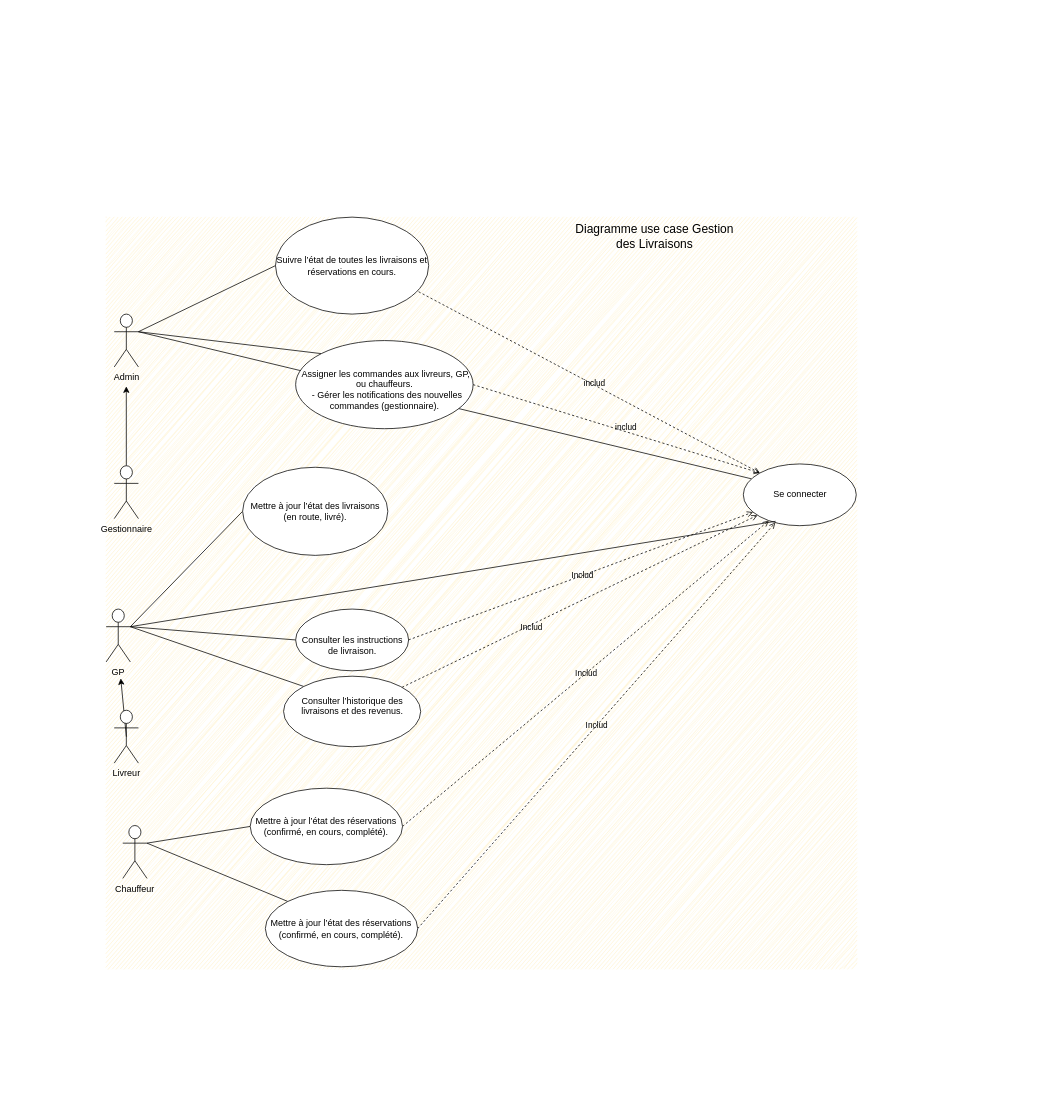
This is page "Diagramme use case Gestion des Livraisons" (4 of 6) of Diagramme sans nom.drawio from BounAbdallah/tuto, a draw.io file, before an edit. Source tidied: cells renumbered, new cells numbered last; positions are measured from the earlier drawing's top-left corner, leaving out a move shared by most shapes. Both pictures are drawn from the tidied source at 75%, with x=0, y=0 at pixel (106, 217).
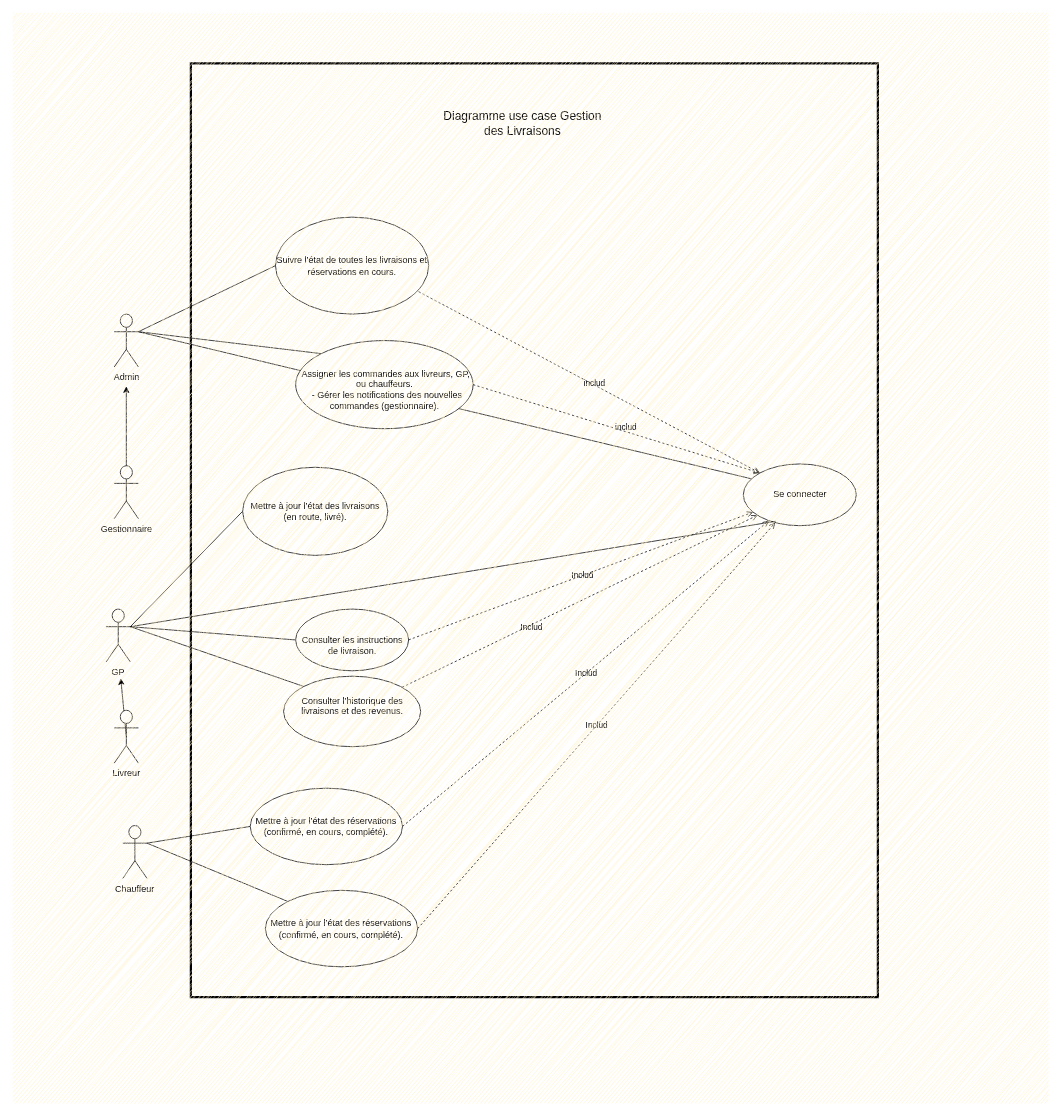
After the change.

Commit message (it also covers changes not shown here):
Mettre à jour Diagramme sans nom.drawio

What changed in the source:
```diff
@@
-    <mxCell id="2" style="group;fillColor=#fff2cc;strokeColor=none;flipV=0;flipH=0;verticalAlign=middle;textDirection=ltr;fontFamily=Verdana;spacingTop=10;spacingLeft=10;spacingBottom=10;spacingRight=10;textShadow=0;glass=0;shadow=0;rounded=0;sketch=1;curveFitting=1;jiggle=2;" parent="1" vertex="1">
-      <mxGeometry width="1000" height="1000" as="geometry" />
-    </mxCell>
+    <mxCell id="40" style="group;" parent="1" vertex="1">
+      <mxGeometry x="-124" y="-272" width="1380" height="1453" as="geometry" />
+    </mxCell>
-    <mxCell id="3" value="Suivre l’état de toutes les livraisons et réservations en cours." style="ellipse;whiteSpace=wrap;html=1;" parent="2" vertex="1">
-      <mxGeometry x="225.8" width="204.3" height="129.3" as="geometry" />
+    <mxCell id="3" value="Suivre l’état de toutes les livraisons et réservations en cours." style="ellipse;whiteSpace=wrap;html=1;" parent="40" vertex="1">
+      <mxGeometry x="349.8" y="272" width="204.3" height="129.3" as="geometry" />
     </mxCell>
-    <mxCell id="4" style="rounded=0;jettySize=auto;html=1;exitX=0;exitY=0;exitDx=0;exitDy=0;entryX=0.934;entryY=0.769;entryDx=0;entryDy=0;endArrow=none;endFill=0;dashed=1;entryPerimeter=0;startArrow=open;startFill=0;" parent="2" edge="1" source="7" target="3">
+    <mxCell id="4" style="rounded=0;jettySize=auto;html=1;exitX=0;exitY=0;exitDx=0;exitDy=0;entryX=0.934;entryY=0.769;entryDx=0;entryDy=0;endArrow=none;endFill=0;dashed=1;entryPerimeter=0;startArrow=open;startFill=0;" parent="40" edge="1" source="7" target="3">
       <mxGeometry relative="1" as="geometry" />
     </mxCell>
@@
-    <mxCell id="6" style="rounded=0;jettySize=auto;html=1;exitX=0.072;exitY=0.241;exitDx=0;exitDy=0;endArrow=none;endFill=0;exitPerimeter=0;" parent="2" edge="1" source="7">
+    <mxCell id="6" style="rounded=0;jettySize=auto;html=1;exitX=0.072;exitY=0.241;exitDx=0;exitDy=0;endArrow=none;endFill=0;exitPerimeter=0;" parent="40" edge="1" source="7">
       <mxGeometry relative="1" as="geometry">
-        <mxPoint x="43" y="152.8" as="targetPoint" />
+        <mxPoint x="167" y="424.8" as="targetPoint" />
       </mxGeometry>
     </mxCell>
-    <mxCell id="7" value="Se connecter" style="ellipse;whiteSpace=wrap;html=1;" parent="2" vertex="1">
-      <mxGeometry x="849.6" y="329.1" width="150.6" height="82.3" as="geometry" />
+    <mxCell id="7" value="Se connecter" style="ellipse;whiteSpace=wrap;html=1;" parent="40" vertex="1">
+      <mxGeometry x="973.6" y="601.1" width="150.6" height="82.3" as="geometry" />
     </mxCell>
-    <mxCell id="8" style="rounded=0;jettySize=auto;html=1;exitX=0;exitY=0;exitDx=0;exitDy=0;endArrow=none;endFill=0;" parent="2" edge="1" source="11">
+    <mxCell id="8" style="rounded=0;jettySize=auto;html=1;exitX=0;exitY=0;exitDx=0;exitDy=0;endArrow=none;endFill=0;" parent="40" edge="1" source="11">
       <mxGeometry relative="1" as="geometry">
-        <mxPoint x="43" y="152.8" as="targetPoint" />
+        <mxPoint x="167" y="424.8" as="targetPoint" />
       </mxGeometry>
     </mxCell>
-    <mxCell id="9" style="rounded=0;jettySize=auto;html=1;exitX=1;exitY=0.5;exitDx=0;exitDy=0;entryX=0;entryY=0;entryDx=0;entryDy=0;startArrow=none;startFill=0;dashed=1;endArrow=open;endFill=0;" parent="2" edge="1" source="11" target="7">
+    <mxCell id="9" style="rounded=0;jettySize=auto;html=1;exitX=1;exitY=0.5;exitDx=0;exitDy=0;entryX=0;entryY=0;entryDx=0;entryDy=0;startArrow=none;startFill=0;dashed=1;endArrow=open;endFill=0;" parent="40" edge="1" source="11" target="7">
       <mxGeometry relative="1" as="geometry" />
     </mxCell>
@@
-    <mxCell id="11" value="&lt;div&gt;&lt;br&gt;&lt;/div&gt;&lt;div&gt;&lt;br&gt;&lt;/div&gt;&lt;div&gt;&lt;div&gt;&amp;nbsp;Assigner les commandes aux livreurs, GP, ou chauffeurs.&lt;/div&gt;&lt;div&gt;&amp;nbsp; - Gérer les notifications des nouvelles commandes (gestionnaire).&lt;/div&gt;&lt;/div&gt;&lt;div&gt;&lt;br&gt;&lt;/div&gt;" style="ellipse;whiteSpace=wrap;html=1;" parent="2" vertex="1">
-      <mxGeometry x="252.7" y="164.6" width="236.6" height="117.5" as="geometry" />
+    <mxCell id="11" value="&lt;div&gt;&lt;br&gt;&lt;/div&gt;&lt;div&gt;&lt;br&gt;&lt;/div&gt;&lt;div&gt;&lt;div&gt;&amp;nbsp;Assigner les commandes aux livreurs, GP, ou chauffeurs.&lt;/div&gt;&lt;div&gt;&amp;nbsp; - Gérer les notifications des nouvelles commandes (gestionnaire).&lt;/div&gt;&lt;/div&gt;&lt;div&gt;&lt;br&gt;&lt;/div&gt;" style="ellipse;whiteSpace=wrap;html=1;" parent="40" vertex="1">
+      <mxGeometry x="376.7" y="436.6" width="236.6" height="117.5" as="geometry" />
     </mxCell>
-    <mxCell id="12" style="rounded=0;jettySize=auto;html=1;exitX=1;exitY=0.3333333333333333;exitDx=0;exitDy=0;exitPerimeter=0;entryX=0;entryY=0.5;entryDx=0;entryDy=0;endArrow=none;endFill=0;" parent="2" edge="1" source="13" target="3">
+    <mxCell id="12" style="rounded=0;jettySize=auto;html=1;exitX=1;exitY=0.3333333333333333;exitDx=0;exitDy=0;exitPerimeter=0;entryX=0;entryY=0.5;entryDx=0;entryDy=0;endArrow=none;endFill=0;" parent="40" edge="1" source="13" target="3">
       <mxGeometry relative="1" as="geometry" />
     </mxCell>
-    <mxCell id="13" value="Admin" style="shape=umlActor;html=1;verticalLabelPosition=bottom;verticalAlign=top;align=center;" parent="2" vertex="1">
-      <mxGeometry x="10.8" y="129.3" width="32.3" height="70.5" as="geometry" />
+    <mxCell id="13" value="Admin" style="shape=umlActor;html=1;verticalLabelPosition=bottom;verticalAlign=top;align=center;" parent="40" vertex="1">
+      <mxGeometry x="134.8" y="401.3" width="32.3" height="70.5" as="geometry" />
     </mxCell>
-    <mxCell id="14" value="&lt;font style=&quot;font-size: 16px;&quot;&gt;Diagramme use case&amp;nbsp;&lt;/font&gt;&lt;span style=&quot;font-size: 16px;&quot;&gt;Gestion des Livraisons&lt;/span&gt;" style="text;html=1;align=center;verticalAlign=middle;whiteSpace=wrap;rounded=0;" parent="2" vertex="1">
-      <mxGeometry x="623.8" y="8.6" width="215.1" height="35.3" as="geometry" />
+    <mxCell id="14" value="&lt;font style=&quot;font-size: 16px;&quot;&gt;Diagramme use case&amp;nbsp;&lt;/font&gt;&lt;span style=&quot;font-size: 16px;&quot;&gt;Gestion des Livraisons&lt;/span&gt;" style="text;html=1;align=center;verticalAlign=middle;whiteSpace=wrap;rounded=0;" parent="40" vertex="1">
+      <mxGeometry x="572" y="129" width="215.1" height="35.3" as="geometry" />
     </mxCell>
-    <mxCell id="15" style="rounded=0;jettySize=auto;html=1;" parent="2" edge="1" source="16">
+    <mxCell id="15" style="rounded=0;jettySize=auto;html=1;" parent="40" edge="1" source="16">
       <mxGeometry relative="1" as="geometry">
-        <mxPoint x="26.9" y="225.7" as="targetPoint" />
+        <mxPoint x="150.9" y="497.7" as="targetPoint" />
       </mxGeometry>
     </mxCell>
-    <mxCell id="16" value="Gestionnaire" style="shape=umlActor;html=1;verticalLabelPosition=bottom;verticalAlign=top;align=center;" parent="2" vertex="1">
-      <mxGeometry x="10.8" y="331.5" width="32.3" height="70.5" as="geometry" />
+    <mxCell id="16" value="Gestionnaire" style="shape=umlActor;html=1;verticalLabelPosition=bottom;verticalAlign=top;align=center;" parent="40" vertex="1">
+      <mxGeometry x="134.8" y="603.5" width="32.3" height="70.5" as="geometry" />
     </mxCell>
-    <mxCell id="17" style="rounded=0;jettySize=auto;html=1;exitX=1;exitY=0.3333333333333333;exitDx=0;exitDy=0;exitPerimeter=0;entryX=0;entryY=0.5;entryDx=0;entryDy=0;endArrow=none;endFill=0;" parent="2" edge="1" source="20" target="24">
+    <mxCell id="17" style="rounded=0;jettySize=auto;html=1;exitX=1;exitY=0.3333333333333333;exitDx=0;exitDy=0;exitPerimeter=0;entryX=0;entryY=0.5;entryDx=0;entryDy=0;endArrow=none;endFill=0;" parent="40" edge="1" source="20" target="24">
       <mxGeometry relative="1" as="geometry" />
     </mxCell>
-    <mxCell id="18" style="rounded=0;jettySize=auto;html=1;exitX=1;exitY=0.3333333333333333;exitDx=0;exitDy=0;exitPerimeter=0;entryX=0;entryY=0.5;entryDx=0;entryDy=0;endArrow=none;endFill=0;" parent="2" edge="1" source="20" target="30">
+    <mxCell id="18" style="rounded=0;jettySize=auto;html=1;exitX=1;exitY=0.3333333333333333;exitDx=0;exitDy=0;exitPerimeter=0;entryX=0;entryY=0.5;entryDx=0;entryDy=0;endArrow=none;endFill=0;" parent="40" edge="1" source="20" target="30">
       <mxGeometry relative="1" as="geometry" />
     </mxCell>
-    <mxCell id="19" style="rounded=0;jettySize=auto;html=1;exitX=1;exitY=0.3333333333333333;exitDx=0;exitDy=0;exitPerimeter=0;entryX=0;entryY=0;entryDx=0;entryDy=0;endArrow=none;endFill=0;" parent="2" edge="1" source="20" target="33">
+    <mxCell id="19" style="rounded=0;jettySize=auto;html=1;exitX=1;exitY=0.3333333333333333;exitDx=0;exitDy=0;exitPerimeter=0;entryX=0;entryY=0;entryDx=0;entryDy=0;endArrow=none;endFill=0;" parent="40" edge="1" source="20" target="33">
       <mxGeometry relative="1" as="geometry" />
     </mxCell>
-    <mxCell id="20" value="GP" style="shape=umlActor;html=1;verticalLabelPosition=bottom;verticalAlign=top;align=center;" parent="2" vertex="1">
-      <mxGeometry y="522.6" width="32.3" height="70.5" as="geometry" />
+    <mxCell id="20" value="GP" style="shape=umlActor;html=1;verticalLabelPosition=bottom;verticalAlign=top;align=center;" parent="40" vertex="1">
+      <mxGeometry x="124" y="794.6" width="32.3" height="70.5" as="geometry" />
     </mxCell>
-    <mxCell id="21" style="rounded=0;jettySize=auto;html=1;exitX=0.5;exitY=0.5;exitDx=0;exitDy=0;exitPerimeter=0;" parent="2" edge="1" source="22">
+    <mxCell id="21" style="rounded=0;jettySize=auto;html=1;exitX=0.5;exitY=0.5;exitDx=0;exitDy=0;exitPerimeter=0;" parent="40" edge="1" source="22">
       <mxGeometry relative="1" as="geometry">
-        <mxPoint x="19.5" y="615" as="targetPoint" />
+        <mxPoint x="143.5" y="887" as="targetPoint" />
       </mxGeometry>
     </mxCell>
-    <mxCell id="22" value="Livreur" style="shape=umlActor;html=1;verticalLabelPosition=bottom;verticalAlign=top;align=center;" parent="2" vertex="1">
-      <mxGeometry x="10.8" y="657.5" width="32.3" height="70.5" as="geometry" />
+    <mxCell id="22" value="Livreur" style="shape=umlActor;html=1;verticalLabelPosition=bottom;verticalAlign=top;align=center;" parent="40" vertex="1">
+      <mxGeometry x="134.8" y="929.5" width="32.3" height="70.5" as="geometry" />
     </mxCell>
-    <mxCell id="23" style="rounded=0;jettySize=auto;html=1;exitX=1;exitY=0.3333333333333333;exitDx=0;exitDy=0;exitPerimeter=0;entryX=0.286;entryY=0.929;entryDx=0;entryDy=0;entryPerimeter=0;endArrow=none;endFill=0;" parent="2" edge="1" source="20" target="7">
+    <mxCell id="23" style="rounded=0;jettySize=auto;html=1;exitX=1;exitY=0.3333333333333333;exitDx=0;exitDy=0;exitPerimeter=0;entryX=0.286;entryY=0.929;entryDx=0;entryDy=0;entryPerimeter=0;endArrow=none;endFill=0;" parent="40" edge="1" source="20" target="7">
       <mxGeometry relative="1" as="geometry" />
     </mxCell>
-    <mxCell id="24" value="&lt;div&gt;&lt;br&gt;&lt;/div&gt;&lt;div&gt;Mettre à jour l’état des livraisons (en route, livré).&lt;/div&gt;&lt;div&gt;&lt;br&gt;&lt;/div&gt;" style="ellipse;whiteSpace=wrap;html=1;" parent="2" vertex="1">
-      <mxGeometry x="182" y="333.5" width="193.6" height="117.5" as="geometry" />
+    <mxCell id="24" value="&lt;div&gt;&lt;br&gt;&lt;/div&gt;&lt;div&gt;Mettre à jour l’état des livraisons (en route, livré).&lt;/div&gt;&lt;div&gt;&lt;br&gt;&lt;/div&gt;" style="ellipse;whiteSpace=wrap;html=1;" parent="40" vertex="1">
+      <mxGeometry x="306" y="605.5" width="193.6" height="117.5" as="geometry" />
     </mxCell>
-    <mxCell id="25" style="rounded=0;jettySize=auto;html=1;exitX=1;exitY=0.3333333333333333;exitDx=0;exitDy=0;exitPerimeter=0;entryX=0;entryY=0.5;entryDx=0;entryDy=0;endArrow=none;endFill=0;" parent="2" edge="1" source="27" target="36">
+    <mxCell id="25" style="rounded=0;jettySize=auto;html=1;exitX=1;exitY=0.3333333333333333;exitDx=0;exitDy=0;exitPerimeter=0;entryX=0;entryY=0.5;entryDx=0;entryDy=0;endArrow=none;endFill=0;" parent="40" edge="1" source="27" target="36">
       <mxGeometry relative="1" as="geometry" />
     </mxCell>
-    <mxCell id="26" style="rounded=0;jettySize=auto;html=1;exitX=1;exitY=0.3333333333333333;exitDx=0;exitDy=0;exitPerimeter=0;entryX=0;entryY=0;entryDx=0;entryDy=0;endArrow=none;endFill=0;" parent="2" edge="1" source="27" target="39">
+    <mxCell id="26" style="rounded=0;jettySize=auto;html=1;exitX=1;exitY=0.3333333333333333;exitDx=0;exitDy=0;exitPerimeter=0;entryX=0;entryY=0;entryDx=0;entryDy=0;endArrow=none;endFill=0;" parent="40" edge="1" source="27" target="39">
       <mxGeometry relative="1" as="geometry" />
     </mxCell>
-    <mxCell id="27" value="Chauffeur" style="shape=umlActor;html=1;verticalLabelPosition=bottom;verticalAlign=top;align=center;" parent="2" vertex="1">
-      <mxGeometry x="22.2" y="811.2" width="32.3" height="70.5" as="geometry" />
+    <mxCell id="27" value="Chauffeur" style="shape=umlActor;html=1;verticalLabelPosition=bottom;verticalAlign=top;align=center;" parent="40" vertex="1">
+      <mxGeometry x="146.2" y="1083.2" width="32.3" height="70.5" as="geometry" />
     </mxCell>
-    <mxCell id="28" style="rounded=0;jettySize=auto;html=1;exitX=1;exitY=0.5;exitDx=0;exitDy=0;endArrow=open;endFill=0;dashed=1;" parent="2" edge="1" source="30" target="7">
+    <mxCell id="28" style="rounded=0;jettySize=auto;html=1;exitX=1;exitY=0.5;exitDx=0;exitDy=0;endArrow=open;endFill=0;dashed=1;" parent="40" edge="1" source="30" target="7">
       <mxGeometry relative="1" as="geometry" />
     </mxCell>
@@
-    <mxCell id="30" value="&lt;div&gt;&lt;br&gt;&lt;/div&gt;Consulter les instructions de livraison." style="ellipse;whiteSpace=wrap;html=1;" parent="2" vertex="1">
-      <mxGeometry x="252.7" y="522.6" width="150.6" height="82.3" as="geometry" />
+    <mxCell id="30" value="&lt;div&gt;&lt;br&gt;&lt;/div&gt;Consulter les instructions de livraison." style="ellipse;whiteSpace=wrap;html=1;" parent="40" vertex="1">
+      <mxGeometry x="376.7" y="794.6" width="150.6" height="82.3" as="geometry" />
     </mxCell>
-    <mxCell id="31" style="rounded=0;jettySize=auto;html=1;endArrow=open;endFill=0;dashed=1;" parent="2" edge="1" source="33" target="7">
+    <mxCell id="31" style="rounded=0;jettySize=auto;html=1;endArrow=open;endFill=0;dashed=1;" parent="40" edge="1" source="33" target="7">
       <mxGeometry relative="1" as="geometry" />
     </mxCell>
@@
-    <mxCell id="33" value="&lt;div&gt;&lt;div&gt;Consulter l’historique des livraisons et des revenus.&lt;/div&gt;&lt;/div&gt;&lt;div&gt;&lt;br&gt;&lt;/div&gt;" style="ellipse;whiteSpace=wrap;html=1;" parent="2" vertex="1">
-      <mxGeometry x="236.6" y="612.1" width="182.8" height="94" as="geometry" />
+    <mxCell id="33" value="&lt;div&gt;&lt;div&gt;Consulter l’historique des livraisons et des revenus.&lt;/div&gt;&lt;/div&gt;&lt;div&gt;&lt;br&gt;&lt;/div&gt;" style="ellipse;whiteSpace=wrap;html=1;" parent="40" vertex="1">
+      <mxGeometry x="360.6" y="884.1" width="182.8" height="94" as="geometry" />
     </mxCell>
-    <mxCell id="34" style="rounded=0;jettySize=auto;html=1;exitX=1;exitY=0.5;exitDx=0;exitDy=0;dashed=1;endArrow=open;endFill=0;" parent="2" edge="1" source="36" target="7">
+    <mxCell id="34" style="rounded=0;jettySize=auto;html=1;exitX=1;exitY=0.5;exitDx=0;exitDy=0;dashed=1;endArrow=open;endFill=0;" parent="40" edge="1" source="36" target="7">
       <mxGeometry relative="1" as="geometry" />
     </mxCell>
@@
-    <mxCell id="36" value="&lt;div&gt;&lt;div&gt;&lt;div&gt;&lt;br&gt;&lt;/div&gt;&lt;div&gt;Mettre à jour l’état des réservations (confirmé, en cours, complété).&lt;/div&gt;&lt;/div&gt;&lt;/div&gt;&lt;div&gt;&lt;br&gt;&lt;/div&gt;" style="ellipse;whiteSpace=wrap;html=1;" parent="2" vertex="1">
-      <mxGeometry x="192.1" y="761.4" width="203.1" height="102" as="geometry" />
+    <mxCell id="36" value="&lt;div&gt;&lt;div&gt;&lt;div&gt;&lt;br&gt;&lt;/div&gt;&lt;div&gt;Mettre à jour l’état des réservations (confirmé, en cours, complété).&lt;/div&gt;&lt;/div&gt;&lt;/div&gt;&lt;div&gt;&lt;br&gt;&lt;/div&gt;" style="ellipse;whiteSpace=wrap;html=1;" parent="40" vertex="1">
+      <mxGeometry x="316.1" y="1033.4" width="203.1" height="102" as="geometry" />
     </mxCell>
-    <mxCell id="37" style="rounded=0;jettySize=auto;html=1;exitX=1;exitY=0.5;exitDx=0;exitDy=0;dashed=1;endArrow=open;endFill=0;" parent="2" edge="1" source="39" target="7">
+    <mxCell id="37" style="rounded=0;jettySize=auto;html=1;exitX=1;exitY=0.5;exitDx=0;exitDy=0;dashed=1;endArrow=open;endFill=0;" parent="40" edge="1" source="39" target="7">
       <mxGeometry relative="1" as="geometry" />
     </mxCell>
@@
-    <mxCell id="39" value="&lt;div&gt;&lt;div&gt;&lt;div&gt;&lt;br&gt;&lt;/div&gt;&lt;div&gt;Mettre à jour l’état des réservations (confirmé, en cours, complété).&lt;/div&gt;&lt;/div&gt;&lt;/div&gt;&lt;div&gt;&lt;br&gt;&lt;/div&gt;" style="ellipse;whiteSpace=wrap;html=1;" parent="2" vertex="1">
-      <mxGeometry x="212.3" y="897.6" width="203.1" height="102" as="geometry" />
+    <mxCell id="39" value="&lt;div&gt;&lt;div&gt;&lt;div&gt;&lt;br&gt;&lt;/div&gt;&lt;div&gt;Mettre à jour l’état des réservations (confirmé, en cours, complété).&lt;/div&gt;&lt;/div&gt;&lt;/div&gt;&lt;div&gt;&lt;br&gt;&lt;/div&gt;" style="ellipse;whiteSpace=wrap;html=1;" parent="40" vertex="1">
+      <mxGeometry x="336.3" y="1169.6" width="203.1" height="102" as="geometry" />
     </mxCell>
+    <mxCell id="41" style="group;fillColor=none;strokeColor=#000000;rounded=0;gradientColor=none;strokeWidth=3;" parent="40" vertex="1">
+      <mxGeometry x="237" y="67" width="916" height="1245" as="geometry" />
+    </mxCell>
+    <mxCell id="42" style="group;fillColor=#fff2cc;strokeColor=none;sketch=1;curveFitting=1;jiggle=2;" parent="40" vertex="1">
+      <mxGeometry width="1380" height="1453" as="geometry" />
+    </mxCell>
```
